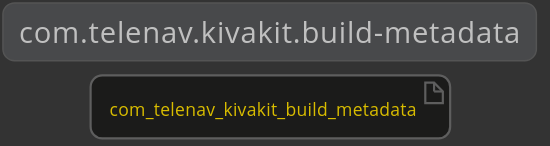
Before: metadata/documentation/diagrams/dependencies.svg, a diagram exported from PlantUML (Telenav/cactus).
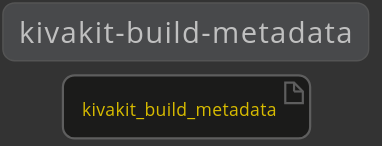
After the commit.

The edit, as a diff of the source:
```diff
@@ -2,8 +2,8 @@
 
     !include ../lexakai.theme
 
-    title "com.telenav.kivakit.build-metadata"
+    title "kivakit-build-metadata"
 
-    artifact com_telenav_kivakit_build_metadata
+    artifact kivakit_build_metadata
 
 @enduml
```
